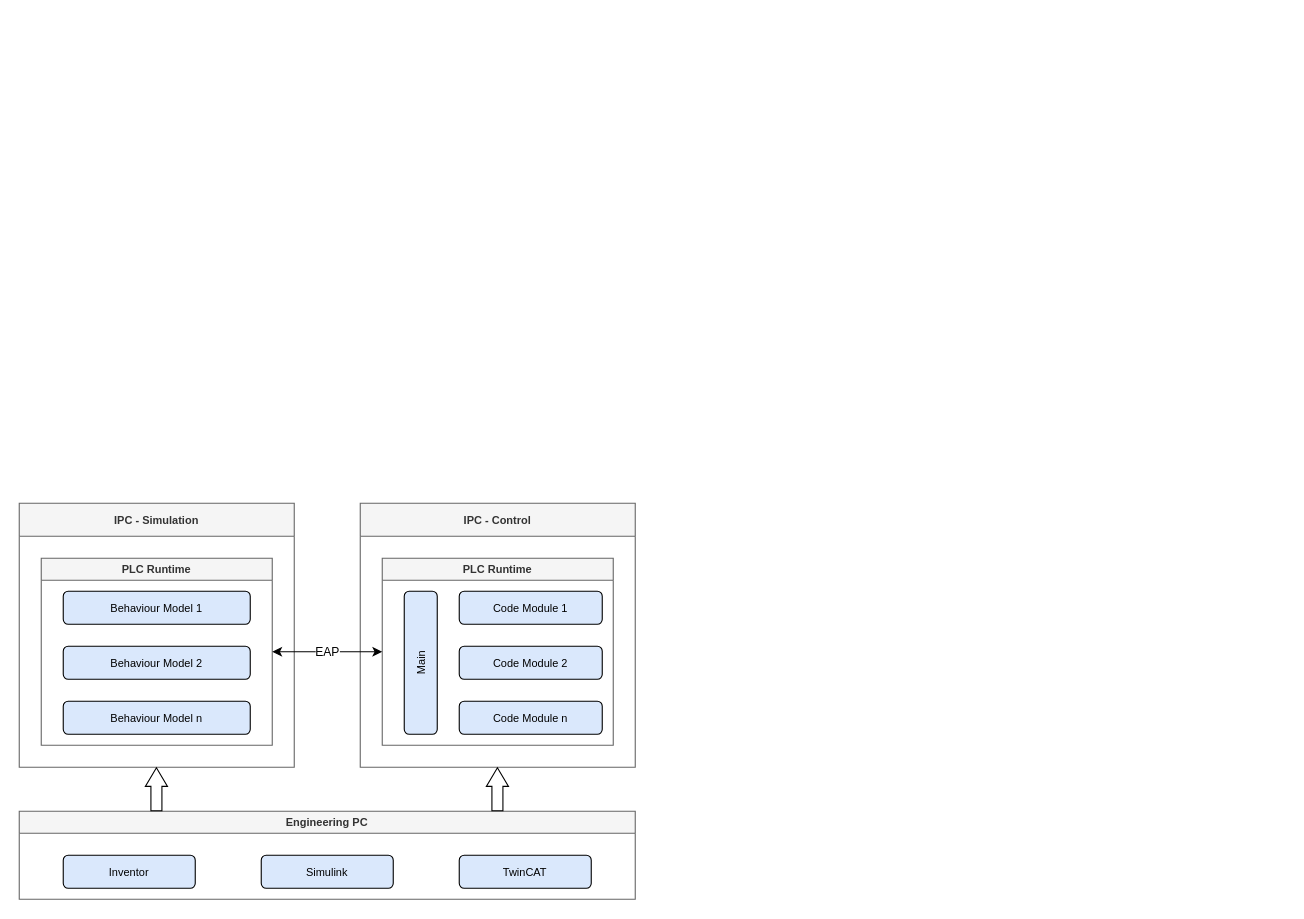
gd8213/MasterThesis keeps this draw.io diagram as page "SetupVirtualCommissioning" (5 of 7) of 0_Master Thesis/Bilder.drawio. Above is the earlier version. Source tidied: cells renumbered, new cells numbered last; positions are measured from the earlier drawing's top-left corner, leaving out a move shared by most shapes. Both pictures are drawn from the tidied source at 110%, with x=0, y=0 at pixel (19, 503).
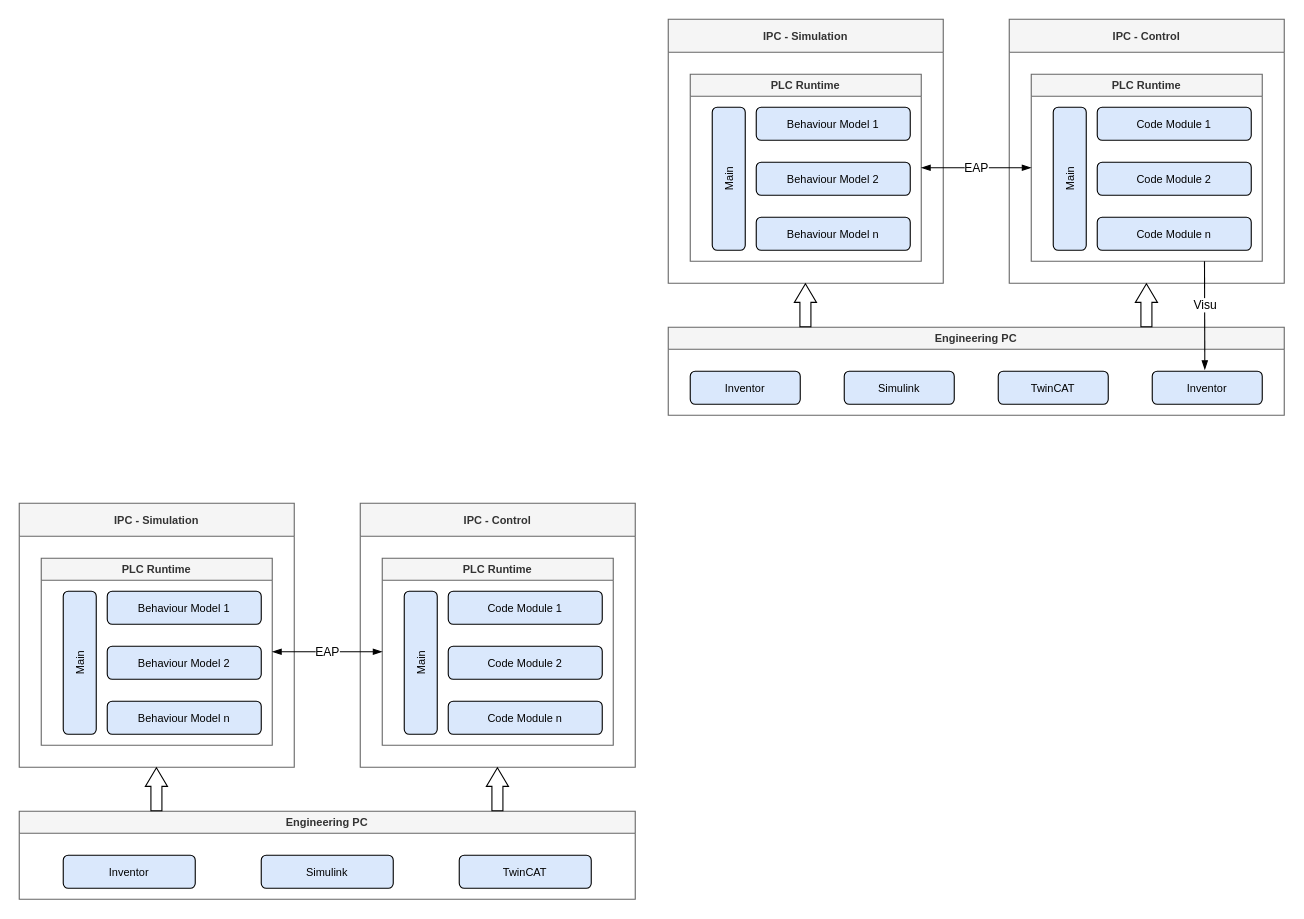
Above is the later version.

The change refers to these unchanged cells:
```xml
<mxCell id="3" value="PLC Runtime" style="swimlane;fontSize=10;startSize=20;fillColor=#f5f5f5;fontColor=#333333;strokeColor=#666666;" parent="2" vertex="1">
  <mxGeometry x="20" y="50" width="210" height="170" as="geometry" />
</mxCell>
<mxCell id="8" value="PLC Runtime" style="swimlane;fontSize=10;startSize=20;fillColor=#f5f5f5;fontColor=#333333;strokeColor=#666666;" parent="7" vertex="1">
  <mxGeometry x="20" y="50" width="210" height="170" as="geometry" />
</mxCell>
```

Change to the diagram source:
```diff
@@
     <mxCell id="4" value="Behaviour Model 1" style="rounded=1;whiteSpace=wrap;html=1;fontSize=10;fillColor=#dae8fc;strokeColor=#000000;" parent="3" vertex="1">
-      <mxGeometry x="20" y="30" width="170" height="30" as="geometry" />
+      <mxGeometry x="60" y="30" width="140" height="30" as="geometry" />
     </mxCell>
     <mxCell id="5" value="Behaviour Model 2" style="rounded=1;whiteSpace=wrap;html=1;fontSize=10;fillColor=#dae8fc;strokeColor=#000000;" parent="3" vertex="1">
-      <mxGeometry x="20" y="80" width="170" height="30" as="geometry" />
+      <mxGeometry x="60" y="80" width="140" height="30" as="geometry" />
     </mxCell>
     <mxCell id="6" value="Behaviour Model n" style="rounded=1;whiteSpace=wrap;html=1;fontSize=10;fillColor=#dae8fc;strokeColor=#000000;" parent="3" vertex="1">
-      <mxGeometry x="20" y="130" width="170" height="30" as="geometry" />
+      <mxGeometry x="60" y="130" width="140" height="30" as="geometry" />
     </mxCell>
+    <mxCell id="20" value="Main" style="rounded=1;whiteSpace=wrap;html=1;fontSize=10;fillColor=#dae8fc;strokeColor=#000000;direction=south;horizontal=0;" parent="3" vertex="1">
+      <mxGeometry x="20" y="30" width="30" height="130" as="geometry" />
+    </mxCell>
@@
     <mxCell id="9" value="Code Module 1" style="rounded=1;whiteSpace=wrap;html=1;fontSize=10;fillColor=#dae8fc;strokeColor=#000000;" parent="8" vertex="1">
-      <mxGeometry x="70" y="30" width="130" height="30" as="geometry" />
+      <mxGeometry x="60" y="30" width="140" height="30" as="geometry" />
     </mxCell>
     <mxCell id="10" value="Code Module 2" style="rounded=1;whiteSpace=wrap;html=1;fontSize=10;fillColor=#dae8fc;strokeColor=#000000;" parent="8" vertex="1">
-      <mxGeometry x="70" y="80" width="130" height="30" as="geometry" />
+      <mxGeometry x="60" y="80" width="140" height="30" as="geometry" />
     </mxCell>
     <mxCell id="11" value="Code Module n" style="rounded=1;whiteSpace=wrap;html=1;fontSize=10;fillColor=#dae8fc;strokeColor=#000000;" parent="8" vertex="1">
-      <mxGeometry x="70" y="130" width="130" height="30" as="geometry" />
+      <mxGeometry x="60" y="130" width="140" height="30" as="geometry" />
     </mxCell>
@@
-    <mxCell id="13" value="EAP&lt;br&gt;" style="endArrow=classic;startArrow=classic;html=1;rounded=0;entryX=0;entryY=0.5;entryDx=0;entryDy=0;exitX=1;exitY=0.5;exitDx=0;exitDy=0;" parent="1" edge="1" source="3" target="8">
+    <mxCell id="13" value="EAP&lt;br&gt;" style="endArrow=blockThin;startArrow=blockThin;html=1;rounded=0;entryX=0;entryY=0.5;entryDx=0;entryDy=0;exitX=1;exitY=0.5;exitDx=0;exitDy=0;startFill=1;endFill=1;" parent="1" edge="1" source="3" target="8">
       <mxGeometry relative="1" as="geometry" />
     </mxCell>
@@
+    <mxCell id="21" value="IPC - Simulation" style="swimlane;fontSize=10;startSize=30;fillColor=#f5f5f5;fontColor=#333333;strokeColor=#666666;" parent="1" vertex="1">
+      <mxGeometry x="590" y="-440" width="250" height="240" as="geometry" />
+    </mxCell>
+    <mxCell id="22" value="PLC Runtime" style="swimlane;fontSize=10;startSize=20;fillColor=#f5f5f5;fontColor=#333333;strokeColor=#666666;" parent="21" vertex="1">
+      <mxGeometry x="20" y="50" width="210" height="170" as="geometry" />
+    </mxCell>
+    <mxCell id="23" value="Behaviour Model 1" style="rounded=1;whiteSpace=wrap;html=1;fontSize=10;fillColor=#dae8fc;strokeColor=#000000;" parent="22" vertex="1">
+      <mxGeometry x="60" y="30" width="140" height="30" as="geometry" />
+    </mxCell>
+    <mxCell id="24" value="Behaviour Model 2" style="rounded=1;whiteSpace=wrap;html=1;fontSize=10;fillColor=#dae8fc;strokeColor=#000000;" parent="22" vertex="1">
+      <mxGeometry x="60" y="80" width="140" height="30" as="geometry" />
+    </mxCell>
+    <mxCell id="25" value="Behaviour Model n" style="rounded=1;whiteSpace=wrap;html=1;fontSize=10;fillColor=#dae8fc;strokeColor=#000000;" parent="22" vertex="1">
+      <mxGeometry x="60" y="130" width="140" height="30" as="geometry" />
+    </mxCell>
+    <mxCell id="26" value="Main" style="rounded=1;whiteSpace=wrap;html=1;fontSize=10;fillColor=#dae8fc;strokeColor=#000000;direction=south;horizontal=0;" parent="22" vertex="1">
+      <mxGeometry x="20" y="30" width="30" height="130" as="geometry" />
+    </mxCell>
+    <mxCell id="27" value="IPC - Control" style="swimlane;fontSize=10;startSize=30;fillColor=#f5f5f5;fontColor=#333333;strokeColor=#666666;" parent="1" vertex="1">
+      <mxGeometry x="900" y="-440" width="250" height="240" as="geometry" />
+    </mxCell>
+    <mxCell id="28" value="PLC Runtime" style="swimlane;fontSize=10;startSize=20;fillColor=#f5f5f5;fontColor=#333333;strokeColor=#666666;" parent="27" vertex="1">
+      <mxGeometry x="20" y="50" width="210" height="170" as="geometry" />
+    </mxCell>
+    <mxCell id="29" value="Code Module 1" style="rounded=1;whiteSpace=wrap;html=1;fontSize=10;fillColor=#dae8fc;strokeColor=#000000;" parent="28" vertex="1">
+      <mxGeometry x="60" y="30" width="140" height="30" as="geometry" />
+    </mxCell>
+    <mxCell id="30" value="Code Module 2" style="rounded=1;whiteSpace=wrap;html=1;fontSize=10;fillColor=#dae8fc;strokeColor=#000000;" parent="28" vertex="1">
+      <mxGeometry x="60" y="80" width="140" height="30" as="geometry" />
+    </mxCell>
+    <mxCell id="31" value="Code Module n" style="rounded=1;whiteSpace=wrap;html=1;fontSize=10;fillColor=#dae8fc;strokeColor=#000000;" parent="28" vertex="1">
+      <mxGeometry x="60" y="130" width="140" height="30" as="geometry" />
+    </mxCell>
+    <mxCell id="32" value="Main" style="rounded=1;whiteSpace=wrap;html=1;fontSize=10;fillColor=#dae8fc;strokeColor=#000000;direction=south;horizontal=0;" parent="28" vertex="1">
+      <mxGeometry x="20" y="30" width="30" height="130" as="geometry" />
+    </mxCell>
+    <mxCell id="33" value="EAP&lt;br&gt;" style="endArrow=blockThin;startArrow=blockThin;html=1;rounded=0;entryX=0;entryY=0.5;entryDx=0;entryDy=0;exitX=1;exitY=0.5;exitDx=0;exitDy=0;startFill=1;endFill=1;" parent="1" edge="1" source="22" target="28">
+      <mxGeometry relative="1" as="geometry" />
+    </mxCell>
+    <mxCell id="34" value="Engineering PC" style="swimlane;fontSize=10;startSize=20;fillColor=#f5f5f5;fontColor=#333333;strokeColor=#666666;" parent="1" vertex="1">
+      <mxGeometry x="590" y="-160" width="560" height="80" as="geometry" />
+    </mxCell>
+    <mxCell id="35" value="Inventor" style="rounded=1;whiteSpace=wrap;html=1;fontSize=10;fillColor=#dae8fc;strokeColor=#000000;" parent="34" vertex="1">
+      <mxGeometry x="20" y="40" width="100" height="30" as="geometry" />
+    </mxCell>
+    <mxCell id="36" value="Inventor" style="rounded=1;whiteSpace=wrap;html=1;fontSize=10;fillColor=#dae8fc;strokeColor=#000000;" parent="34" vertex="1">
+      <mxGeometry x="440" y="40" width="100" height="30" as="geometry" />
+    </mxCell>
+    <mxCell id="37" value="Simulink" style="rounded=1;whiteSpace=wrap;html=1;fontSize=10;fillColor=#dae8fc;strokeColor=#000000;" parent="34" vertex="1">
+      <mxGeometry x="160" y="40" width="100" height="30" as="geometry" />
+    </mxCell>
+    <mxCell id="38" value="TwinCAT" style="rounded=1;whiteSpace=wrap;html=1;fontSize=10;fillColor=#dae8fc;strokeColor=#000000;" parent="34" vertex="1">
+      <mxGeometry x="300" y="40" width="100" height="30" as="geometry" />
+    </mxCell>
+    <mxCell id="39" style="shape=flexArrow;endArrow=classic;html=1;rounded=0;endWidth=9.142857142857142;endSize=5.285714285714286;" parent="1" edge="1">
+      <mxGeometry relative="1" as="geometry">
+        <mxPoint x="714.7" y="-160" as="sourcePoint" />
+        <mxPoint x="714.7" y="-200" as="targetPoint" />
+      </mxGeometry>
+    </mxCell>
+    <mxCell id="40" style="shape=flexArrow;endArrow=classic;html=1;rounded=0;endWidth=9.142857142857142;endSize=5.285714285714286;" parent="1" edge="1">
+      <mxGeometry relative="1" as="geometry">
+        <mxPoint x="1024.7" y="-160" as="sourcePoint" />
+        <mxPoint x="1024.7" y="-200" as="targetPoint" />
+      </mxGeometry>
+    </mxCell>
+    <mxCell id="41" value="Visu" style="endArrow=blockThin;startArrow=none;html=1;rounded=0;entryX=0.478;entryY=-0.047;entryDx=0;entryDy=0;exitX=0.75;exitY=1;exitDx=0;exitDy=0;startFill=0;endFill=1;entryPerimeter=0;" parent="1" edge="1" source="28" target="36">
+      <mxGeometry x="-0.19" relative="1" as="geometry" />
+    </mxCell>
```
